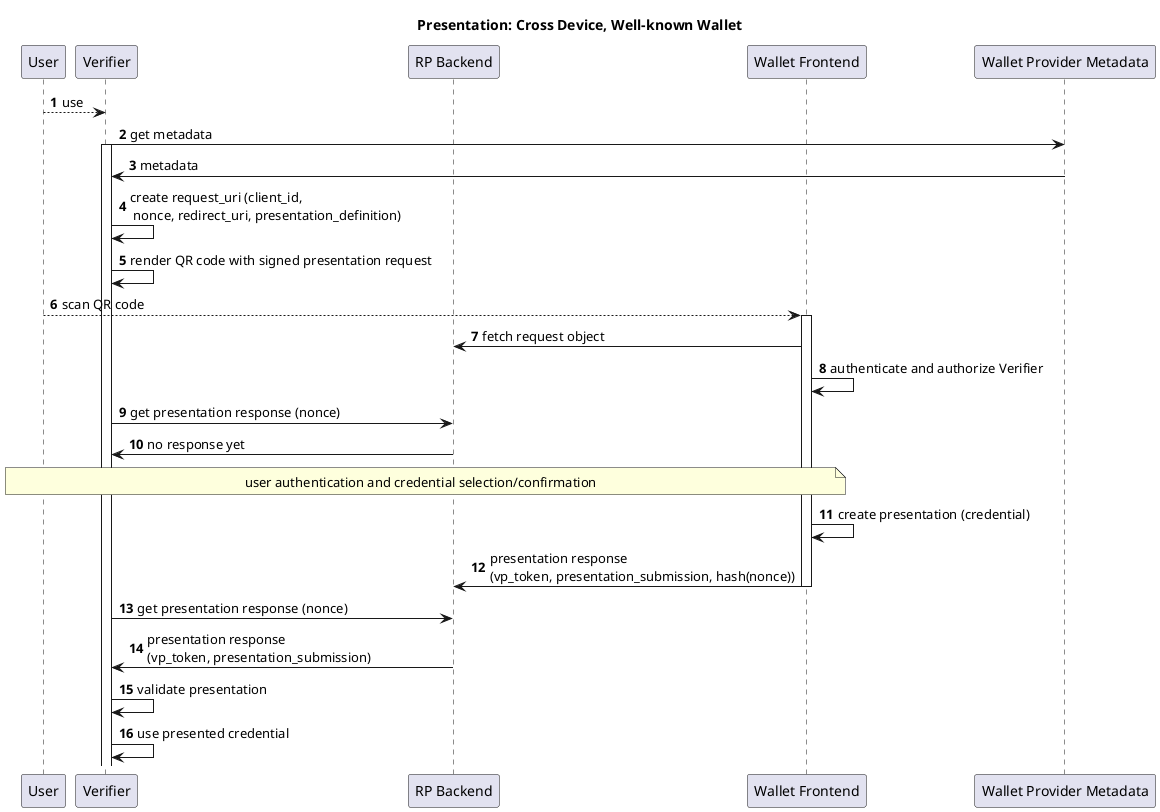
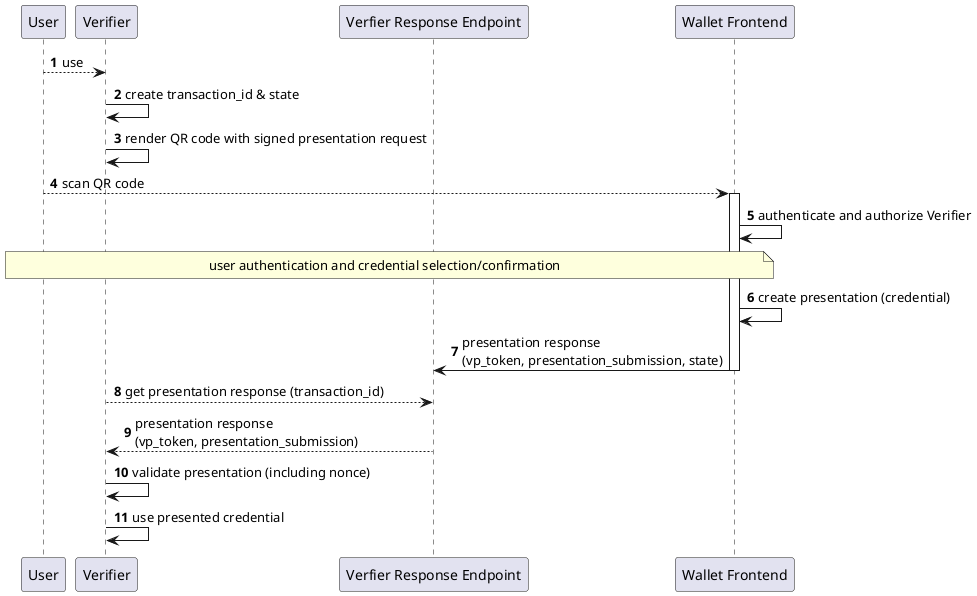
@startuml

autonumber
- 
- title "Presentation: Cross Device, Well-known Wallet"

participant User as u

participant "Verifier" as r

- participant "RP Backend" as rb
+ participant "Verfier Response Endpoint" as rb

participant "Wallet Frontend" as w

- participant "Wallet Provider Metadata" as b
- 
u --> r : use

- r -> b: get metadata
- activate r
- b -> r: metadata
- 
- r -> r: create request_uri (client_id,\n nonce, redirect_uri, presentation_definition)
+ r -> r: create transaction_id & state
r -> r: render QR code with signed presentation request

u --> w: scan QR code
activate w
- w -> rb: fetch request object
w -> w: authenticate and authorize Verifier
- 
- r -> rb : get presentation response (nonce)
- rb -> r : no response yet

note over u, w: user authentication and credential selection/confirmation

w -> w: create presentation (credential)
- w -> rb: presentation response \n(vp_token, presentation_submission, hash(nonce))
+ w -> rb: presentation response \n(vp_token, presentation_submission, state)
deactivate w
- r -> rb: get presentation response (nonce)
- rb -> r: presentation response \n(vp_token, presentation_submission)
- r -> r: validate presentation
+ r --> rb: get presentation response (transaction_id)
+ rb --> r: presentation response \n(vp_token, presentation_submission)
+ r -> r: validate presentation (including nonce)
r -> r: use presented credential
@enduml